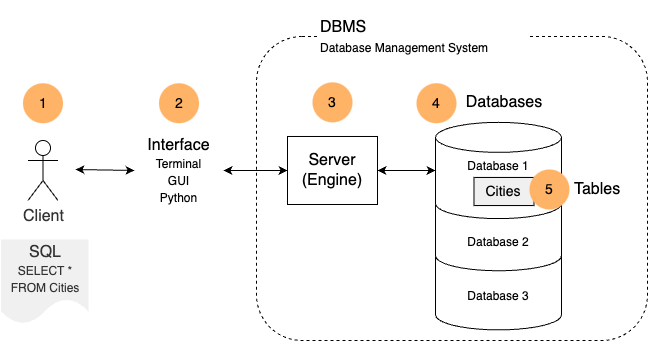
Earlier version of the draw.io export co1/sql-server-client.drawio.png (pyville-dotcom/datasets). Source tidied: cells renumbered, new cells last; positions are measured from the earlier drawing's top-left corner, leaving out a move shared by most shapes. Its diagram source:
```xml
<mxGraphModel>
  <root>
    <mxCell id="0" />
    <mxCell id="1" parent="0" />
    <mxCell id="2" style="rounded=1;whiteSpace=wrap;html=1;fillColor=none;dashed=1;fontStyle=0;fontSize=14;" parent="1" vertex="1">
      <mxGeometry x="256" y="36" width="391" height="304" as="geometry" />
    </mxCell>
    <mxCell id="3" value="&lt;span style=&quot;font-size: 16px;&quot;&gt;DBMS&lt;/span&gt;&lt;br style=&quot;font-size: 16px;&quot;&gt;&lt;font style=&quot;font-size: 12px;&quot;&gt;Database Management System&lt;/font&gt;" style="text;html=1;strokeColor=none;fillColor=default;align=left;verticalAlign=middle;whiteSpace=wrap;rounded=0;dashed=1;fontSize=16;fontStyle=0;" parent="1" vertex="1">
      <mxGeometry x="318" width="211" height="74" as="geometry" />
    </mxCell>
    <mxCell id="4" value="&lt;font style=&quot;font-size: 16px;&quot;&gt;Databases&lt;/font&gt;" style="text;html=1;strokeColor=none;fillColor=none;align=center;verticalAlign=middle;whiteSpace=wrap;rounded=0;dashed=1;fontSize=16;fontStyle=0;" parent="1" vertex="1">
      <mxGeometry x="444.5" y="77.2" width="118" height="49.2" as="geometry" />
    </mxCell>
    <mxCell id="5" style="edgeStyle=none;html=1;startArrow=classic;startFill=1;fontSize=14;entryX=1;entryY=0.5;entryDx=0;entryDy=0;fontStyle=0;" parent="1" edge="1" source="7" target="9">
      <mxGeometry relative="1" as="geometry" />
    </mxCell>
    <mxCell id="6" style="edgeStyle=none;html=1;entryX=0;entryY=0.5;entryDx=0;entryDy=0;entryPerimeter=0;startArrow=classic;startFill=1;fontSize=14;fontStyle=0;" parent="1" edge="1" source="7" target="20">
      <mxGeometry relative="1" as="geometry" />
    </mxCell>
    <mxCell id="7" value="Server&lt;br style=&quot;font-size: 16px;&quot;&gt;(Engine)" style="rounded=0;whiteSpace=wrap;html=1;fillColor=none;fontStyle=0;fontSize=16;" parent="1" vertex="1">
      <mxGeometry x="287" y="136" width="90" height="68" as="geometry" />
    </mxCell>
    <mxCell id="8" style="edgeStyle=none;html=1;startArrow=classic;startFill=1;fontSize=14;exitX=0;exitY=0.5;exitDx=0;exitDy=0;fontStyle=0;" parent="1" edge="1" source="9">
      <mxGeometry relative="1" as="geometry">
        <mxPoint x="75" y="169" as="targetPoint" />
      </mxGeometry>
    </mxCell>
    <mxCell id="9" value="&lt;font style=&quot;font-size: 16px;&quot;&gt;Interface&lt;br style=&quot;&quot;&gt;&lt;/font&gt;&lt;font style=&quot;font-size: 12px;&quot;&gt;Terminal&lt;br style=&quot;&quot;&gt;GUI&lt;br style=&quot;&quot;&gt;Python&lt;/font&gt;" style="text;html=1;strokeColor=none;fillColor=none;align=center;verticalAlign=middle;whiteSpace=wrap;rounded=0;fontSize=14;fontStyle=0;" parent="1" vertex="1">
      <mxGeometry x="134" y="102.5" width="89" height="135" as="geometry" />
    </mxCell>
    <mxCell id="10" value="1" style="ellipse;whiteSpace=wrap;html=1;strokeColor=none;fillColor=#FFB366;fontStyle=0;fontSize=14;" parent="1" vertex="1">
      <mxGeometry x="22.5" y="82.7" width="40" height="40" as="geometry" />
    </mxCell>
    <mxCell id="11" value="2" style="ellipse;whiteSpace=wrap;html=1;strokeColor=none;fillColor=#FFB366;fontStyle=0;fontSize=14;" parent="1" vertex="1">
      <mxGeometry x="158.5" y="82.7" width="40" height="40" as="geometry" />
    </mxCell>
    <mxCell id="12" value="3" style="ellipse;whiteSpace=wrap;html=1;strokeColor=none;fillColor=#FFB366;fontStyle=0;fontSize=14;" parent="1" vertex="1">
      <mxGeometry x="312" y="81.9" width="40" height="40" as="geometry" />
    </mxCell>
    <mxCell id="13" value="4" style="ellipse;whiteSpace=wrap;html=1;strokeColor=none;fillColor=#FFB366;fontStyle=0;fontSize=14;" parent="1" vertex="1">
      <mxGeometry x="416" y="82.7" width="40" height="40" as="geometry" />
    </mxCell>
    <mxCell id="14" value="&lt;font style=&quot;font-size: 16px;&quot;&gt;SQL&lt;br style=&quot;&quot;&gt;&lt;/font&gt;&lt;font style=&quot;font-size: 12px;&quot;&gt;SELECT * &lt;br style=&quot;&quot;&gt;FROM Cities&lt;/font&gt;" style="shape=document;whiteSpace=wrap;html=1;boundedLbl=1;fontColor=#333333;fillColor=#F0F0F0;fontSize=14;fontStyle=0;strokeColor=none;" parent="1" vertex="1">
      <mxGeometry x="0.5" y="239" width="87.5" height="84.5" as="geometry" />
    </mxCell>
    <mxCell id="15" value="&lt;span style=&quot;font-size: 16px;&quot;&gt;Client&lt;/span&gt;" style="shape=umlActor;verticalLabelPosition=bottom;verticalAlign=top;html=1;fontColor=#333333;fillColor=none;fontSize=16;fontStyle=0;" parent="1" vertex="1">
      <mxGeometry x="27.5" y="140" width="30" height="60" as="geometry" />
    </mxCell>
    <mxCell id="16" value="&lt;font style=&quot;font-size: 16px;&quot;&gt;Tables&lt;/font&gt;" style="text;html=1;strokeColor=none;fillColor=none;align=center;verticalAlign=middle;whiteSpace=wrap;rounded=0;dashed=1;fontSize=16;fontStyle=0;" parent="1" vertex="1">
      <mxGeometry x="560" y="164.4" width="74" height="49.2" as="geometry" />
    </mxCell>
    <mxCell id="17" style="group;" parent="1" vertex="1">
      <mxGeometry x="435" y="121.9" width="137" height="207.5" as="geometry" />
    </mxCell>
    <mxCell id="18" value="Database 3" style="shape=cylinder3;whiteSpace=wrap;html=1;boundedLbl=1;backgroundOutline=1;size=15;verticalAlign=middle;fontStyle=0;fontSize=12;" parent="17" vertex="1">
      <mxGeometry y="115.1" width="126" height="92.4" as="geometry" />
    </mxCell>
    <mxCell id="19" value="Database 2" style="shape=cylinder3;whiteSpace=wrap;html=1;boundedLbl=1;backgroundOutline=1;size=15;verticalAlign=middle;fontStyle=0;fontSize=12;align=center;" parent="17" vertex="1">
      <mxGeometry y="66.1" width="126" height="82.3" as="geometry" />
    </mxCell>
    <mxCell id="20" value="Database 1" style="shape=cylinder3;whiteSpace=wrap;html=1;boundedLbl=1;backgroundOutline=1;size=15;verticalAlign=top;fontStyle=0;fontSize=12;align=center;" parent="17" vertex="1">
      <mxGeometry width="126" height="96.3" as="geometry" />
    </mxCell>
    <mxCell id="21" value="Cities" style="rounded=0;whiteSpace=wrap;html=1;fillColor=#F0F0F0;fontStyle=0;fontSize=14;" parent="17" vertex="1">
      <mxGeometry x="38.5" y="55.1" width="60" height="28.1" as="geometry" />
    </mxCell>
    <mxCell id="22" value="5" style="ellipse;whiteSpace=wrap;html=1;strokeColor=none;fillColor=#FFB366;fontStyle=0;fontSize=14;" parent="1" vertex="1">
      <mxGeometry x="529" y="169" width="40" height="40" as="geometry" />
    </mxCell>
  </root>
</mxGraphModel>
```
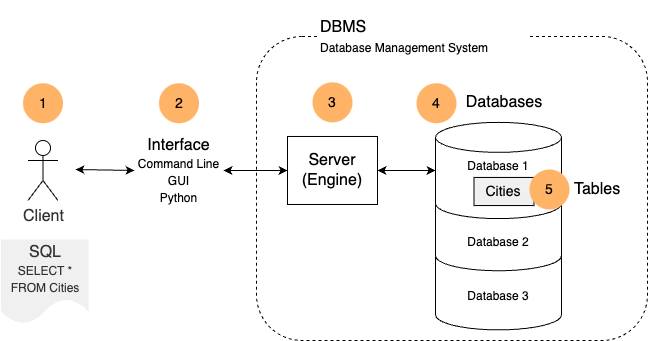
After the change.

Change to the diagram source:
```diff
@@ -25,7 +25,7 @@
         <mxPoint x="75" y="169" as="targetPoint" />
       </mxGeometry>
     </mxCell>
-    <mxCell id="9" value="&lt;font style=&quot;font-size: 16px;&quot;&gt;Interface&lt;br style=&quot;&quot;&gt;&lt;/font&gt;&lt;font style=&quot;font-size: 12px;&quot;&gt;Terminal&lt;br style=&quot;&quot;&gt;GUI&lt;br style=&quot;&quot;&gt;Python&lt;/font&gt;" style="text;html=1;strokeColor=none;fillColor=none;align=center;verticalAlign=middle;whiteSpace=wrap;rounded=0;fontSize=14;fontStyle=0;" parent="1" vertex="1">
+    <mxCell id="9" value="&lt;font style=&quot;font-size: 16px;&quot;&gt;Interface&lt;br style=&quot;&quot;&gt;&lt;/font&gt;&lt;font style=&quot;font-size: 12px;&quot;&gt;Command Line&lt;br style=&quot;&quot;&gt;GUI&lt;br style=&quot;&quot;&gt;Python&lt;/font&gt;" style="text;html=1;strokeColor=none;fillColor=none;align=center;verticalAlign=middle;whiteSpace=wrap;rounded=0;fontSize=14;fontStyle=0;" parent="1" vertex="1">
       <mxGeometry x="134" y="102.5" width="89" height="135" as="geometry" />
     </mxCell>
     <mxCell id="10" value="1" style="ellipse;whiteSpace=wrap;html=1;strokeColor=none;fillColor=#FFB366;fontStyle=0;fontSize=14;" parent="1" vertex="1">
```
